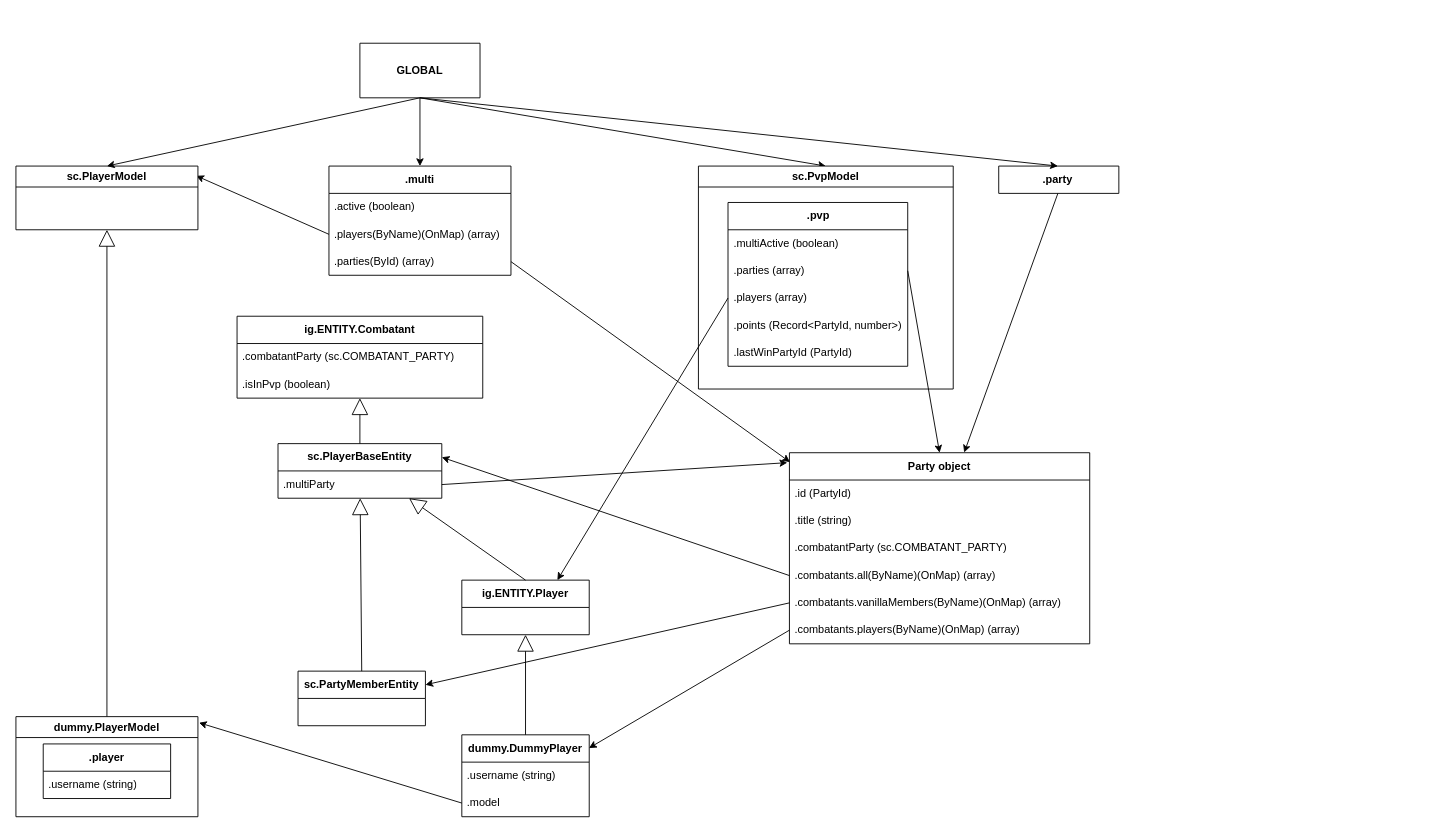
The draw.io diagram docs/drawio/game-vars.drawio in krypciak/cc-multibakery, before the edit. Source tidied: cells renumbered, new cells numbered last; positions are measured from the earlier drawing's top-left corner, leaving out a move shared by most shapes. Both pictures are drawn from the tidied source at 91%, with x=0, y=0 at pixel (15, 43).
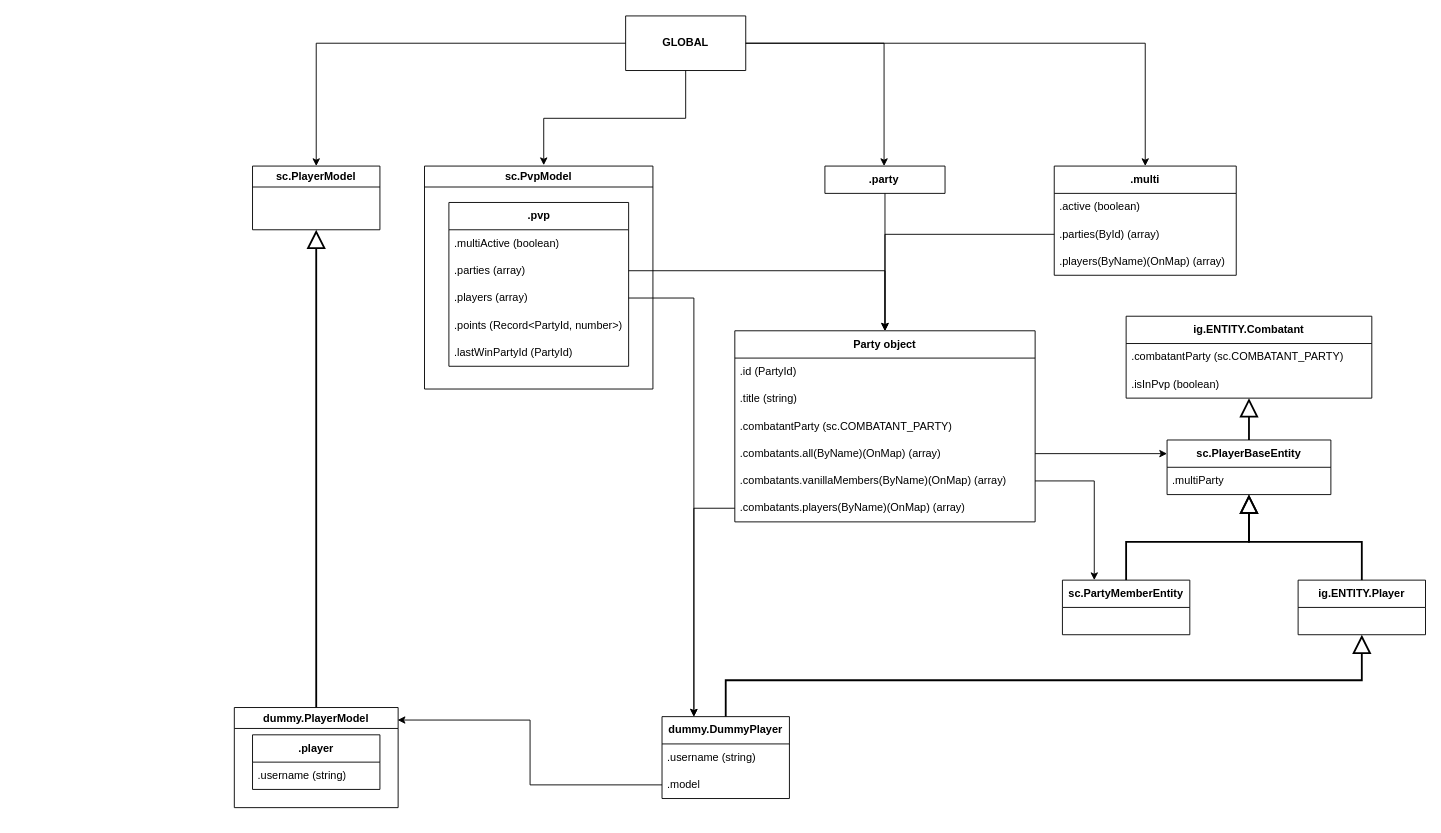
The same page after the edit.

Commit message (it also covers changes not shown here):
Simplify docs game var graph

The change refers to these unchanged cells:
```xml
<mxCell id="6" value=".multiParty" style="text;strokeColor=none;fillColor=none;align=left;verticalAlign=middle;spacingLeft=4;spacingRight=4;overflow=hidden;points=[[0,0.5],[1,0.5]];portConstraint=eastwest;whiteSpace=wrap;html=1;" parent="5" vertex="1">
  <mxGeometry y="30" width="180" height="30" as="geometry" />
</mxCell>
<mxCell id="16" value=".combatants.all(ByName)(OnMap) (array)" style="text;strokeColor=none;fillColor=none;align=left;verticalAlign=middle;spacingLeft=4;spacingRight=4;overflow=hidden;points=[[0,0.5],[1,0.5]];portConstraint=eastwest;whiteSpace=wrap;html=1;" parent="12" vertex="1">
  <mxGeometry y="120" width="330" height="30" as="geometry" />
</mxCell>
<mxCell id="17" value=".combatants.vanillaMembers(ByName)(OnMap)&amp;nbsp;(array)" style="text;strokeColor=none;fillColor=none;align=left;verticalAlign=middle;spacingLeft=4;spacingRight=4;overflow=hidden;points=[[0,0.5],[1,0.5]];portConstraint=eastwest;whiteSpace=wrap;html=1;" parent="12" vertex="1">
  <mxGeometry y="150" width="330" height="30" as="geometry" />
</mxCell>
<mxCell id="18" value=".combatants.players(ByName)(OnMap) (array)" style="text;strokeColor=none;fillColor=none;align=left;verticalAlign=middle;spacingLeft=4;spacingRight=4;overflow=hidden;points=[[0,0.5],[1,0.5]];portConstraint=eastwest;whiteSpace=wrap;html=1;" parent="12" vertex="1">
  <mxGeometry y="180" width="330" height="30" as="geometry" />
</mxCell>
<mxCell id="21" value=".model" style="text;strokeColor=none;fillColor=none;align=left;verticalAlign=middle;spacingLeft=4;spacingRight=4;overflow=hidden;points=[[0,0.5],[1,0.5]];portConstraint=eastwest;whiteSpace=wrap;html=1;" parent="19" vertex="1">
  <mxGeometry y="60" width="140" height="30" as="geometry" />
</mxCell>
<mxCell id="48" value=".parties (array)" style="text;strokeColor=none;fillColor=none;align=left;verticalAlign=middle;spacingLeft=4;spacingRight=4;overflow=hidden;points=[[0,0.5],[1,0.5]];portConstraint=eastwest;whiteSpace=wrap;html=1;" parent="46" vertex="1">
  <mxGeometry y="60" width="197.5" height="30" as="geometry" />
</mxCell>
<mxCell id="49" value=".players (array)" style="text;strokeColor=none;fillColor=none;align=left;verticalAlign=middle;spacingLeft=4;spacingRight=4;overflow=hidden;points=[[0,0.5],[1,0.5]];portConstraint=eastwest;whiteSpace=wrap;html=1;" parent="46" vertex="1">
  <mxGeometry y="90" width="197.5" height="30" as="geometry" />
</mxCell>
<mxCell id="56" value="&lt;b&gt;.party&lt;/b&gt;" style="text;html=1;whiteSpace=wrap;strokeColor=none;fillColor=none;align=center;verticalAlign=middle;rounded=0;" parent="55" vertex="1">
  <mxGeometry x="30" width="70" height="30" as="geometry" />
</mxCell>
```

What changed in the source:
```diff
@@
     <mxCell id="2" value="&lt;b&gt;ig.ENTITY.Combatant&lt;/b&gt;" style="swimlane;fontStyle=0;horizontal=1;startSize=30;whiteSpace=wrap;html=1;" parent="1" vertex="1">
-      <mxGeometry x="243" y="300" width="270" height="90" as="geometry" />
+      <mxGeometry x="1220" y="300" width="270" height="90" as="geometry" />
     </mxCell>
@@
     <mxCell id="5" value="&lt;b&gt;sc.PlayerBaseEntity&lt;/b&gt;" style="swimlane;fontStyle=0;horizontal=1;startSize=30;whiteSpace=wrap;html=1;" parent="1" vertex="1">
-      <mxGeometry x="288" y="440" width="180" height="60" as="geometry" />
+      <mxGeometry x="1265" y="436" width="180" height="60" as="geometry" />
     </mxCell>
@@
+    <mxCell id="57" style="edgeStyle=orthogonalEdgeStyle;rounded=0;jettySize=auto;html=1;endArrow=block;endFill=0;startSize=6;strokeWidth=2;endSize=16;" parent="1" edge="1" source="7" target="5">
+      <mxGeometry relative="1" as="geometry" />
+    </mxCell>
     <mxCell id="7" value="&lt;div&gt;&lt;b style=&quot;background-color: transparent; color: light-dark(rgb(0, 0, 0), rgb(255, 255, 255));&quot;&gt;ig.ENTITY.Player&lt;/b&gt;&lt;/div&gt;" style="swimlane;fontStyle=0;horizontal=1;startSize=30;whiteSpace=wrap;html=1;" parent="1" vertex="1">
-      <mxGeometry x="490" y="590" width="140" height="60" as="geometry" />
+      <mxGeometry x="1409" y="590" width="140" height="60" as="geometry" />
     </mxCell>
     <mxCell id="8" value="&lt;b&gt;.multi&lt;/b&gt;" style="swimlane;fontStyle=0;horizontal=1;startSize=30;whiteSpace=wrap;html=1;" parent="1" vertex="1">
-      <mxGeometry x="344" y="135" width="200" height="120" as="geometry" />
+      <mxGeometry x="1141" y="135" width="200" height="120" as="geometry" />
     </mxCell>
@@
+    <mxCell id="11" value=".parties(ById) (array)" style="text;strokeColor=none;fillColor=none;align=left;verticalAlign=middle;spacingLeft=4;spacingRight=4;overflow=hidden;points=[[0,0.5],[1,0.5]];portConstraint=eastwest;whiteSpace=wrap;html=1;" parent="8" vertex="1">
+      <mxGeometry y="60" width="200" height="30" as="geometry" />
+    </mxCell>
     <mxCell id="10" value=".players(ByName)(OnMap) (array)" style="text;strokeColor=none;fillColor=none;align=left;verticalAlign=middle;spacingLeft=4;spacingRight=4;overflow=hidden;points=[[0,0.5],[1,0.5]];portConstraint=eastwest;whiteSpace=wrap;html=1;" parent="8" vertex="1">
-      <mxGeometry y="60" width="200" height="30" as="geometry" />
+      <mxGeometry y="90" width="200" height="30" as="geometry" />
     </mxCell>
-    <mxCell id="11" value=".parties(ById) (array)" style="text;strokeColor=none;fillColor=none;align=left;verticalAlign=middle;spacingLeft=4;spacingRight=4;overflow=hidden;points=[[0,0.5],[1,0.5]];portConstraint=eastwest;whiteSpace=wrap;html=1;" parent="8" vertex="1">
-      <mxGeometry y="90" width="200" height="30" as="geometry" />
-    </mxCell>
     <mxCell id="12" value="&lt;b&gt;Party object&lt;/b&gt;" style="swimlane;fontStyle=0;horizontal=1;startSize=30;whiteSpace=wrap;html=1;" parent="1" vertex="1">
-      <mxGeometry x="850" y="450" width="330" height="210" as="geometry" />
+      <mxGeometry x="790" y="316" width="330" height="210" as="geometry" />
     </mxCell>
@@
+    <mxCell id="25" style="edgeStyle=orthogonalEdgeStyle;rounded=0;jettySize=auto;html=1;entryX=0.5;entryY=1;entryDx=0;entryDy=0;endSize=16;endArrow=block;endFill=0;strokeWidth=2;exitX=0.5;exitY=0;exitDx=0;exitDy=0;" parent="1" edge="1" source="19" target="7">
+      <mxGeometry relative="1" as="geometry" />
+    </mxCell>
     <mxCell id="19" value="&lt;b&gt;dummy.DummyPlayer&lt;/b&gt;" style="swimlane;fontStyle=0;horizontal=1;startSize=30;whiteSpace=wrap;html=1;" parent="1" vertex="1">
-      <mxGeometry x="490" y="760" width="140" height="90" as="geometry" />
+      <mxGeometry x="710" y="740" width="140" height="90" as="geometry" />
     </mxCell>
@@
+    <mxCell id="24" value="&lt;div&gt;&lt;br&gt;&lt;/div&gt;" style="endArrow=block;endSize=16;endFill=0;html=1;rounded=0;exitX=0.5;exitY=0;exitDx=0;exitDy=0;strokeWidth=2;edgeStyle=orthogonalEdgeStyle;" parent="1" edge="1" source="5" target="2">
+      <mxGeometry y="-25" relative="1" as="geometry" />
+    </mxCell>
+    <mxCell id="27" style="edgeStyle=orthogonalEdgeStyle;rounded=0;jettySize=auto;html=1;endSize=16;endArrow=block;endFill=0;strokeWidth=2;exitX=0.5;exitY=0;exitDx=0;exitDy=0;" parent="1" edge="1" source="26" target="5">
+      <mxGeometry relative="1" as="geometry" />
+    </mxCell>
+    <mxCell id="26" value="&lt;b&gt;sc.PartyMemberEntity&lt;/b&gt;" style="swimlane;fontStyle=0;horizontal=1;startSize=30;whiteSpace=wrap;html=1;" parent="1" vertex="1">
+      <mxGeometry x="1150" y="590" width="140" height="60" as="geometry" />
+    </mxCell>
+    <mxCell id="35" value="sc.PlayerModel" style="swimlane;whiteSpace=wrap;html=1;" parent="1" vertex="1">
+      <mxGeometry x="260" y="135" width="140" height="70" as="geometry" />
+    </mxCell>
-    <mxCell id="22" value="&lt;div&gt;&lt;br&gt;&lt;/div&gt;" style="endArrow=block;endSize=16;endFill=0;html=1;rounded=0;exitX=0.5;exitY=0;exitDx=0;exitDy=0;entryX=0.5;entryY=1;entryDx=0;entryDy=0;" parent="1" edge="1" source="36" target="35">
-      <mxGeometry y="-25" relative="1" as="geometry" />
+    <mxCell id="22" style="edgeStyle=orthogonalEdgeStyle;rounded=0;jettySize=auto;html=1;entryX=0.5;entryY=1;entryDx=0;entryDy=0;endArrow=block;endFill=0;endSize=16;startSize=6;strokeWidth=2;" parent="1" edge="1" source="36" target="35">
+      <mxGeometry relative="1" as="geometry" />
     </mxCell>
-    <mxCell id="23" value="&lt;div&gt;&lt;br&gt;&lt;/div&gt;" style="endArrow=block;endSize=16;endFill=0;html=1;rounded=0;exitX=0.5;exitY=0;exitDx=0;exitDy=0;" parent="1" edge="1" source="7">
-      <mxGeometry y="-25" relative="1" as="geometry">
-        <mxPoint x="432" y="500" as="targetPoint" />
-      </mxGeometry>
-    </mxCell>
-    <mxCell id="24" value="&lt;div&gt;&lt;br&gt;&lt;/div&gt;" style="endArrow=block;endSize=16;endFill=0;html=1;rounded=0;exitX=0.5;exitY=0;exitDx=0;exitDy=0;" parent="1" edge="1" source="5" target="2">
-      <mxGeometry y="-25" relative="1" as="geometry" />
-    </mxCell>
-    <mxCell id="25" value="&lt;div&gt;&lt;br&gt;&lt;/div&gt;" style="endArrow=block;endSize=16;endFill=0;html=1;rounded=0;exitX=0.5;exitY=0;exitDx=0;exitDy=0;entryX=0.5;entryY=1;entryDx=0;entryDy=0;" parent="1" edge="1" source="19" target="7">
-      <mxGeometry y="-25" relative="1" as="geometry" />
-    </mxCell>
-    <mxCell id="26" value="&lt;b&gt;sc.PartyMemberEntity&lt;/b&gt;" style="swimlane;fontStyle=0;horizontal=1;startSize=30;whiteSpace=wrap;html=1;" parent="1" vertex="1">
-      <mxGeometry x="310" y="690" width="140" height="60" as="geometry" />
-    </mxCell>
-    <mxCell id="27" value="&lt;div&gt;&lt;br&gt;&lt;/div&gt;" style="endArrow=block;endSize=16;endFill=0;html=1;rounded=0;exitX=0.5;exitY=0;exitDx=0;exitDy=0;" parent="1" edge="1" source="26" target="5">
-      <mxGeometry y="-25" relative="1" as="geometry" />
-    </mxCell>
-    <mxCell id="28" style="endArrow=classic;html=1;rounded=0;entryX=1.006;entryY=0.061;entryDx=0;entryDy=0;exitX=0;exitY=0.5;exitDx=0;exitDy=0;entryPerimeter=0;" parent="1" edge="1" source="21" target="36">
-      <mxGeometry relative="1" as="geometry" />
-    </mxCell>
-    <mxCell id="29" style="endArrow=classic;html=1;rounded=0;exitX=1;exitY=0.5;exitDx=0;exitDy=0;entryX=-0.007;entryY=0.052;entryDx=0;entryDy=0;entryPerimeter=0;" parent="1" edge="1" source="6" target="12">
-      <mxGeometry relative="1" as="geometry" />
-    </mxCell>
-    <mxCell id="30" style="endArrow=classic;html=1;rounded=0;exitX=1;exitY=0.5;exitDx=0;exitDy=0;entryX=0.5;entryY=0;entryDx=0;entryDy=0;" parent="1" edge="1" source="48" target="12">
-      <mxGeometry relative="1" as="geometry" />
-    </mxCell>
-    <mxCell id="31" style="endArrow=classic;html=1;rounded=0;exitX=0;exitY=0.5;exitDx=0;exitDy=0;entryX=0.998;entryY=0.162;entryDx=0;entryDy=0;entryPerimeter=0;" parent="1" edge="1" source="18" target="19">
-      <mxGeometry relative="1" as="geometry" />
-    </mxCell>
-    <mxCell id="32" style="endArrow=classic;html=1;rounded=0;entryX=1;entryY=0.25;entryDx=0;entryDy=0;exitX=0;exitY=0.5;exitDx=0;exitDy=0;" parent="1" edge="1" source="17" target="26">
-      <mxGeometry relative="1" as="geometry" />
-    </mxCell>
-    <mxCell id="33" style="endArrow=classic;html=1;rounded=0;entryX=1;entryY=0.25;entryDx=0;entryDy=0;exitX=0;exitY=0.5;exitDx=0;exitDy=0;" parent="1" edge="1" source="16" target="5">
-      <mxGeometry relative="1" as="geometry" />
-    </mxCell>
-    <mxCell id="34" style="endArrow=classic;html=1;rounded=0;exitX=0;exitY=0.5;exitDx=0;exitDy=0;entryX=0.991;entryY=0.153;entryDx=0;entryDy=0;entryPerimeter=0;" parent="1" edge="1" source="10" target="35">
-      <mxGeometry relative="1" as="geometry" />
-    </mxCell>
-    <mxCell id="35" value="sc.PlayerModel" style="swimlane;whiteSpace=wrap;html=1;" parent="1" vertex="1">
-      <mxGeometry y="135" width="200" height="70" as="geometry" />
-    </mxCell>
     <mxCell id="36" value="dummy.PlayerModel" style="swimlane;whiteSpace=wrap;html=1;" parent="1" vertex="1">
-      <mxGeometry y="740" width="200" height="110" as="geometry" />
+      <mxGeometry x="240" y="730" width="180" height="110" as="geometry" />
     </mxCell>
     <mxCell id="37" value="&lt;div&gt;&lt;b style=&quot;background-color: transparent; color: light-dark(rgb(0, 0, 0), rgb(255, 255, 255));&quot;&gt;.player&lt;/b&gt;&lt;/div&gt;" style="swimlane;fontStyle=0;horizontal=1;startSize=30;whiteSpace=wrap;html=1;" parent="36" vertex="1">
-      <mxGeometry x="30" y="30" width="140" height="60" as="geometry" />
+      <mxGeometry x="20" y="30" width="140" height="60" as="geometry" />
     </mxCell>
@@
-    <mxCell id="39" style="endArrow=classic;html=1;rounded=0;exitX=0.5;exitY=1;exitDx=0;exitDy=0;entryX=0.5;entryY=0;entryDx=0;entryDy=0;" parent="1" edge="1" source="42" target="8">
+    <mxCell id="39" style="edgeStyle=orthogonalEdgeStyle;rounded=0;jettySize=auto;html=1;entryX=0.5;entryY=0;entryDx=0;entryDy=0;" parent="1" edge="1" source="42" target="8">
       <mxGeometry relative="1" as="geometry" />
     </mxCell>
-    <mxCell id="40" style="endArrow=classic;html=1;rounded=0;entryX=0.5;entryY=0;entryDx=0;entryDy=0;exitX=0.5;exitY=1;exitDx=0;exitDy=0;" parent="1" edge="1" source="42" target="45">
-      <mxGeometry relative="1" as="geometry" />
-    </mxCell>
-    <mxCell id="41" style="endArrow=classic;html=1;rounded=0;entryX=0.5;entryY=0;entryDx=0;entryDy=0;exitX=0.5;exitY=1;exitDx=0;exitDy=0;" parent="1" edge="1" source="42" target="35">
+    <mxCell id="41" style="edgeStyle=orthogonalEdgeStyle;rounded=0;jettySize=auto;html=1;entryX=0.5;entryY=0;entryDx=0;entryDy=0;" parent="1" edge="1" source="42" target="35">
       <mxGeometry relative="1" as="geometry" />
     </mxCell>
+    <mxCell id="53" style="edgeStyle=orthogonalEdgeStyle;rounded=0;jettySize=auto;html=1;entryX=0.5;entryY=0;entryDx=0;entryDy=0;" parent="1" edge="1" source="42" target="56">
+      <mxGeometry relative="1" as="geometry" />
+    </mxCell>
     <mxCell id="42" style="swimlane;startSize=0;" parent="1" vertex="1">
-      <mxGeometry x="378" width="132" height="60" as="geometry" />
+      <mxGeometry x="670" y="-30" width="132" height="60" as="geometry" />
     </mxCell>
@@
-    <mxCell id="44" style="endArrow=classic;html=1;rounded=0;exitX=0;exitY=0.5;exitDx=0;exitDy=0;entryX=0.75;entryY=0;entryDx=0;entryDy=0;" parent="1" edge="1" source="49" target="7">
-      <mxGeometry relative="1" as="geometry" />
-    </mxCell>
     <mxCell id="45" value="sc.PvpModel" style="swimlane;whiteSpace=wrap;html=1;" parent="1" vertex="1">
-      <mxGeometry x="750" y="135" width="280" height="245" as="geometry" />
+      <mxGeometry x="449" y="135" width="251" height="245" as="geometry" />
     </mxCell>
     <mxCell id="46" value="&lt;b&gt;.pvp&lt;/b&gt;" style="swimlane;fontStyle=0;horizontal=1;startSize=30;whiteSpace=wrap;html=1;" parent="45" vertex="1">
-      <mxGeometry x="32.5" y="40" width="197.5" height="180" as="geometry" />
+      <mxGeometry x="26.8" y="40" width="197.5" height="180" as="geometry" />
     </mxCell>
@@
-    <mxCell id="52" style="endArrow=classic;html=1;rounded=0;entryX=0.002;entryY=0.049;entryDx=0;entryDy=0;entryPerimeter=0;exitX=1;exitY=0.5;exitDx=0;exitDy=0;" parent="1" edge="1" source="11" target="12">
-      <mxGeometry relative="1" as="geometry" />
-    </mxCell>
-    <mxCell id="53" style="endArrow=classic;html=1;rounded=0;exitX=0.5;exitY=1;exitDx=0;exitDy=0;entryX=0.5;entryY=0;entryDx=0;entryDy=0;" parent="1" edge="1" source="42" target="56">
-      <mxGeometry relative="1" as="geometry" />
-    </mxCell>
-    <mxCell id="54" style="endArrow=classic;html=1;rounded=0;entryX=0.582;entryY=-0.001;entryDx=0;entryDy=0;exitX=0.5;exitY=1;exitDx=0;exitDy=0;entryPerimeter=0;" parent="1" edge="1" source="56" target="12">
-      <mxGeometry relative="1" as="geometry" />
-    </mxCell>
+    <mxCell id="58" style="edgeStyle=orthogonalEdgeStyle;rounded=0;jettySize=auto;html=1;" parent="1" edge="1" source="55" target="12">
+      <mxGeometry relative="1" as="geometry" />
+    </mxCell>
     <mxCell id="55" style="swimlane;startSize=0;" parent="1" vertex="1">
-      <mxGeometry x="1080" y="135" width="132" height="30" as="geometry" />
+      <mxGeometry x="889" y="135" width="132" height="30" as="geometry" />
     </mxCell>
@@
+    <mxCell id="40" style="edgeStyle=orthogonalEdgeStyle;rounded=0;jettySize=auto;html=1;entryX=0.522;entryY=-0.004;entryDx=0;entryDy=0;entryPerimeter=0;" parent="1" edge="1" source="42" target="45">
+      <mxGeometry relative="1" as="geometry" />
+    </mxCell>
+    <mxCell id="52" style="edgeStyle=orthogonalEdgeStyle;rounded=0;jettySize=auto;html=1;" parent="1" edge="1" source="11" target="12">
+      <mxGeometry relative="1" as="geometry" />
+    </mxCell>
+    <mxCell id="30" style="edgeStyle=orthogonalEdgeStyle;rounded=0;jettySize=auto;html=1;" parent="1" edge="1" source="48" target="12">
+      <mxGeometry relative="1" as="geometry" />
+    </mxCell>
+    <mxCell id="59" style="edgeStyle=orthogonalEdgeStyle;rounded=0;jettySize=auto;html=1;entryX=0.25;entryY=0;entryDx=0;entryDy=0;" parent="1" edge="1" source="49" target="19">
+      <mxGeometry relative="1" as="geometry" />
+    </mxCell>
+    <mxCell id="28" style="edgeStyle=orthogonalEdgeStyle;rounded=0;jettySize=auto;html=1;entryX=0.997;entryY=0.125;entryDx=0;entryDy=0;entryPerimeter=0;" parent="1" edge="1" source="21" target="36">
+      <mxGeometry relative="1" as="geometry" />
+    </mxCell>
+    <mxCell id="33" style="edgeStyle=orthogonalEdgeStyle;rounded=0;jettySize=auto;html=1;entryX=0;entryY=0.25;entryDx=0;entryDy=0;" parent="1" edge="1" source="16" target="5">
+      <mxGeometry relative="1" as="geometry" />
+    </mxCell>
+    <mxCell id="32" style="edgeStyle=orthogonalEdgeStyle;rounded=0;jettySize=auto;html=1;entryX=0.25;entryY=0;entryDx=0;entryDy=0;" parent="1" edge="1" source="17" target="26">
+      <mxGeometry relative="1" as="geometry" />
+    </mxCell>
+    <mxCell id="31" style="edgeStyle=orthogonalEdgeStyle;rounded=0;jettySize=auto;html=1;entryX=0.25;entryY=0;entryDx=0;entryDy=0;" parent="1" edge="1" source="18" target="19">
+      <mxGeometry relative="1" as="geometry" />
+    </mxCell>
```
